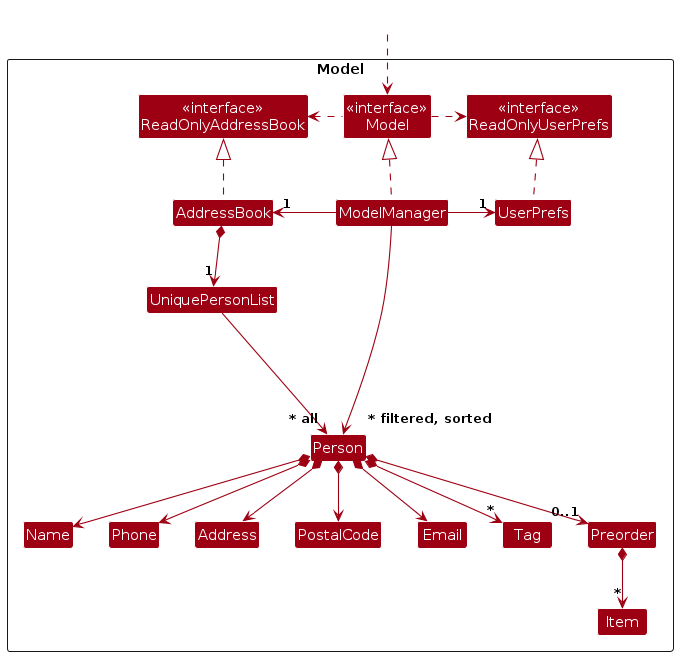
AY2627S1-CS2103T-F09-3/tp keeps this PlantUML diagram as diagrams/ModelClassDiagram.png. Above is the earlier version. Its source is kept beside it as diagrams/ModelClassDiagram.puml.
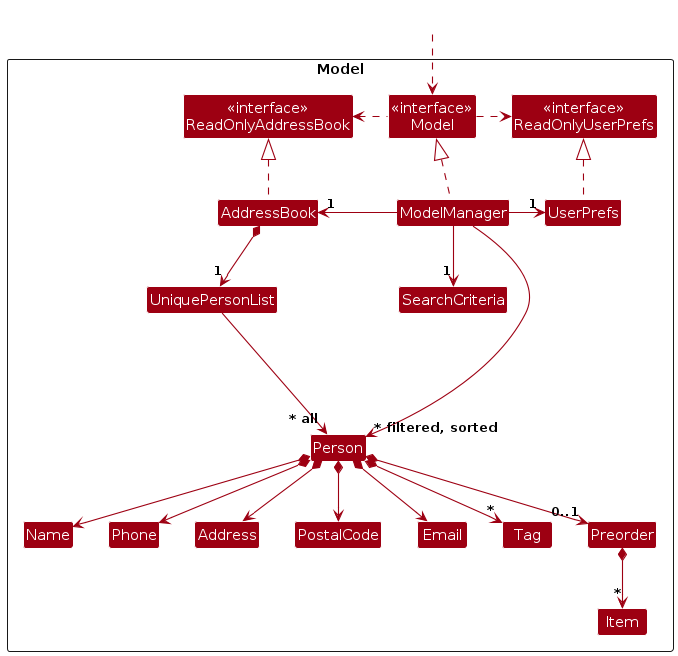
The same file after the commit.

Diff of the diagram source:
```diff
@@ -11,6 +11,7 @@
 Class AddressBook
 Class ModelManager
 Class UserPrefs
+Class SearchCriteria
 
 Class UniquePersonList
 Class Person
@@ -36,6 +37,7 @@
 Model .left.> ReadOnlyAddressBook
 ModelManager -left-> "1" AddressBook
 ModelManager -right-> "1" UserPrefs
+ModelManager --> "1" SearchCriteria
 UserPrefs .up.|> ReadOnlyUserPrefs
 
 AddressBook *--> "1" UniquePersonList
```
